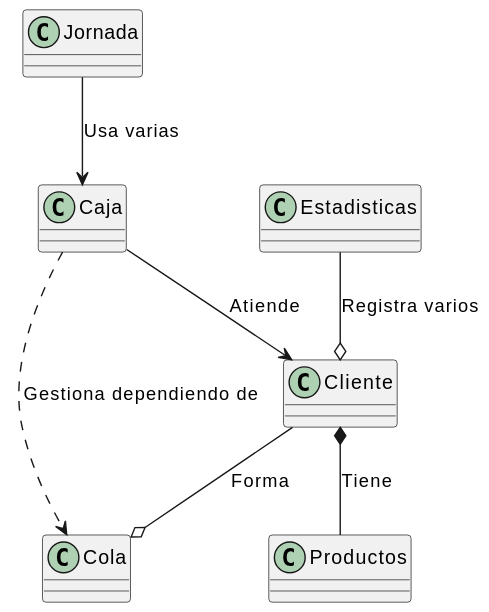
Before: modelosUML y svg/svg/DiagramaDeClases.svg, a diagram exported from PlantUML (mmasias/24-25-IdSw2-SDD).
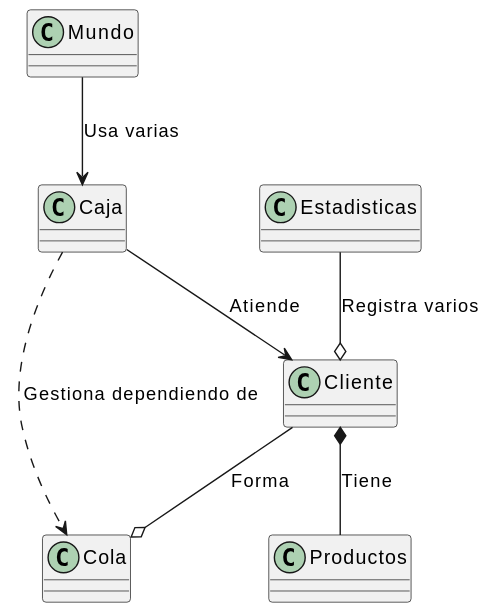
After the change.

What changed in the source:
```diff
@@ -1,5 +1,5 @@
 @startuml
-class Jornada {
+class Mundo {
 }
 class Caja {
 }
@@ -12,7 +12,8 @@
 class Estadisticas {
 }
 
-Jornada --> Caja : "Usa varias"
+
+Mundo --> Caja : "Usa varias"
 Caja --> Cliente : "Atiende"
 Cliente *-- Productos : "Tiene"
 Cliente --o Cola : "Forma"
```
